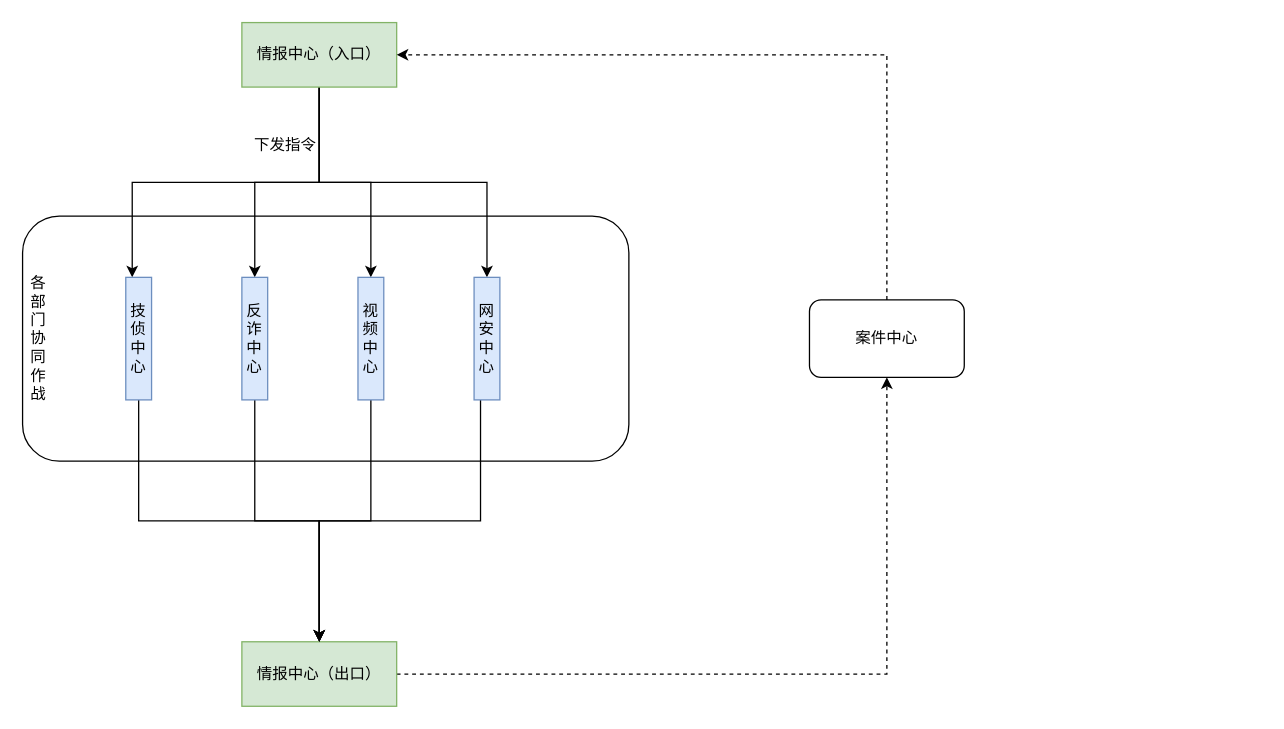
SIM-YYF/fx-tekken keeps this draw.io diagram as 业务流程.drawio. Above is the earlier version. Source tidied: cells renumbered, new cells numbered last; positions are measured from the earlier drawing's top-left corner, leaving out a move shared by most shapes. Both pictures are drawn from the tidied source at 129%, with x=0, y=0 at pixel (22, 22).
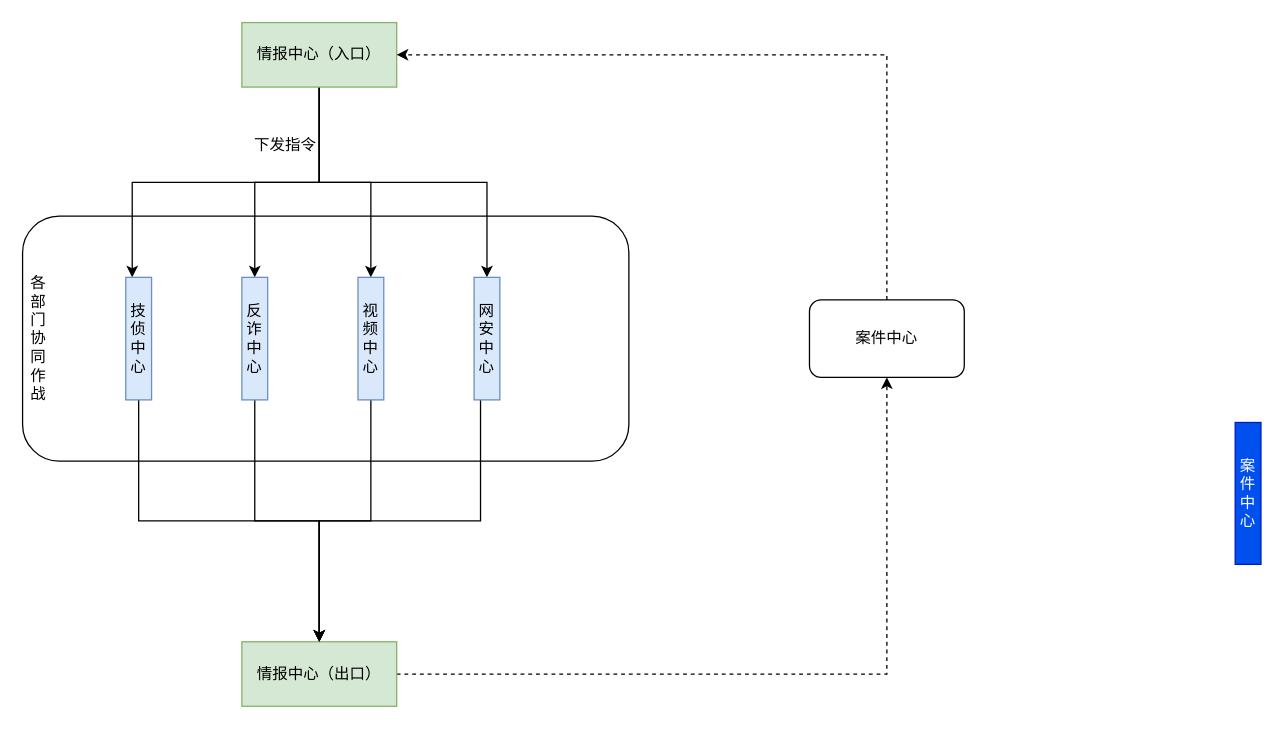
Above is the later version.

Commit message (it also covers changes not shown here):
更新业务流程.drawio

Diff of the diagram source:
```diff
@@
+    <mxCell id="22" value="案件中心" style="rounded=0;whiteSpace=wrap;html=1;fillColor=#0050ef;strokeColor=#001DBC;fontColor=#ffffff;" parent="1" vertex="1">
+      <mxGeometry x="940" y="310" width="20" height="110" as="geometry" />
+    </mxCell>
```
